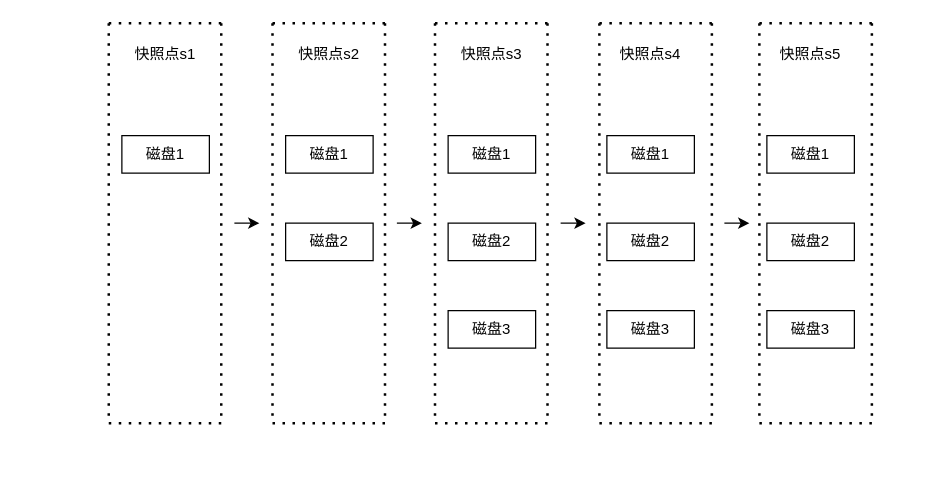
Before: 发明专利附图/一种windows整机永久增量备份方法/快照链管理.drawio in kisun-bit/draw.io, a draw.io diagram. Source tidied: cells renumbered, new cells numbered last; positions are measured from the earlier drawing's top-left corner, leaving out a move shared by most shapes. Both pictures are drawn from the tidied source at 125%, with x=0, y=0 at pixel (109, 22).
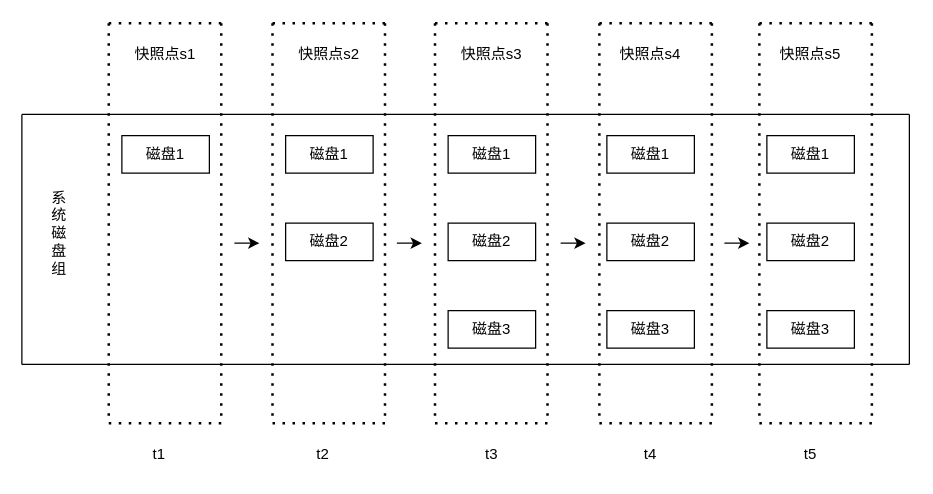
After the change.

Commit message:
完成磁盘组与快照链关系

Diff of the diagram source:
```diff
@@
     <mxCell id="39" style="endArrow=classic;html=1;rounded=0;" parent="1" edge="1">
       <mxGeometry relative="1" as="geometry">
-        <mxPoint x="100" y="160" as="sourcePoint" />
-        <mxPoint x="120" y="160" as="targetPoint" />
+        <mxPoint x="100" y="176" as="sourcePoint" />
+        <mxPoint x="120" y="176" as="targetPoint" />
       </mxGeometry>
     </mxCell>
     <mxCell id="40" style="endArrow=classic;html=1;rounded=0;" parent="1" edge="1">
       <mxGeometry relative="1" as="geometry">
-        <mxPoint x="230" y="160" as="sourcePoint" />
-        <mxPoint x="250" y="160" as="targetPoint" />
+        <mxPoint x="230" y="176" as="sourcePoint" />
+        <mxPoint x="250" y="176" as="targetPoint" />
       </mxGeometry>
     </mxCell>
     <mxCell id="41" style="endArrow=classic;html=1;rounded=0;" parent="1" edge="1">
       <mxGeometry relative="1" as="geometry">
-        <mxPoint x="361" y="160" as="sourcePoint" />
-        <mxPoint x="381" y="160" as="targetPoint" />
+        <mxPoint x="361" y="176" as="sourcePoint" />
+        <mxPoint x="381" y="176" as="targetPoint" />
       </mxGeometry>
     </mxCell>
     <mxCell id="42" style="endArrow=classic;html=1;rounded=0;" parent="1" edge="1">
       <mxGeometry relative="1" as="geometry">
-        <mxPoint x="492" y="160" as="sourcePoint" />
-        <mxPoint x="512" y="160" as="targetPoint" />
+        <mxPoint x="492" y="176" as="sourcePoint" />
+        <mxPoint x="512" y="176" as="targetPoint" />
       </mxGeometry>
     </mxCell>
+    <mxCell id="43" style="endArrow=none;html=1;rounded=0;" parent="1" edge="1">
+      <mxGeometry relative="1" as="geometry">
+        <mxPoint x="-70" y="73" as="sourcePoint" />
+        <mxPoint x="640" y="73" as="targetPoint" />
+      </mxGeometry>
+    </mxCell>
+    <mxCell id="44" style="endArrow=none;html=1;rounded=0;" parent="1" edge="1">
+      <mxGeometry relative="1" as="geometry">
+        <mxPoint x="-70" y="273" as="sourcePoint" />
+        <mxPoint x="640" y="273" as="targetPoint" />
+      </mxGeometry>
+    </mxCell>
+    <mxCell id="45" style="endArrow=none;html=1;rounded=0;" parent="1" edge="1">
+      <mxGeometry relative="1" as="geometry">
+        <mxPoint x="-70" y="73" as="sourcePoint" />
+        <mxPoint x="-70" y="273" as="targetPoint" />
+      </mxGeometry>
+    </mxCell>
+    <mxCell id="46" style="endArrow=none;html=1;rounded=0;" parent="1" edge="1">
+      <mxGeometry relative="1" as="geometry">
+        <mxPoint x="640" y="73" as="sourcePoint" />
+        <mxPoint x="640" y="273" as="targetPoint" />
+      </mxGeometry>
+    </mxCell>
+    <mxCell id="47" value="t1" style="text;html=1;strokeColor=none;fillColor=none;align=center;verticalAlign=middle;whiteSpace=wrap;rounded=0;" parent="1" vertex="1">
+      <mxGeometry x="10" y="330" width="60" height="30" as="geometry" />
+    </mxCell>
+    <mxCell id="48" value="t2" style="text;html=1;strokeColor=none;fillColor=none;align=center;verticalAlign=middle;whiteSpace=wrap;rounded=0;" parent="1" vertex="1">
+      <mxGeometry x="141" y="330" width="60" height="30" as="geometry" />
+    </mxCell>
+    <mxCell id="49" value="t3" style="text;html=1;strokeColor=none;fillColor=none;align=center;verticalAlign=middle;whiteSpace=wrap;rounded=0;" parent="1" vertex="1">
+      <mxGeometry x="276" y="330" width="60" height="30" as="geometry" />
+    </mxCell>
+    <mxCell id="50" value="t4" style="text;html=1;strokeColor=none;fillColor=none;align=center;verticalAlign=middle;whiteSpace=wrap;rounded=0;" parent="1" vertex="1">
+      <mxGeometry x="403" y="330" width="60" height="30" as="geometry" />
+    </mxCell>
+    <mxCell id="51" value="t5" style="text;html=1;strokeColor=none;fillColor=none;align=center;verticalAlign=middle;whiteSpace=wrap;rounded=0;" parent="1" vertex="1">
+      <mxGeometry x="531" y="330" width="60" height="30" as="geometry" />
+    </mxCell>
+    <mxCell id="52" value="系&lt;br&gt;统&lt;br&gt;磁&lt;br&gt;盘&lt;br&gt;组" style="text;html=1;strokeColor=none;fillColor=none;align=center;verticalAlign=middle;whiteSpace=wrap;rounded=0;" parent="1" vertex="1">
+      <mxGeometry x="-70" y="153" width="60" height="30" as="geometry" />
+    </mxCell>
```
